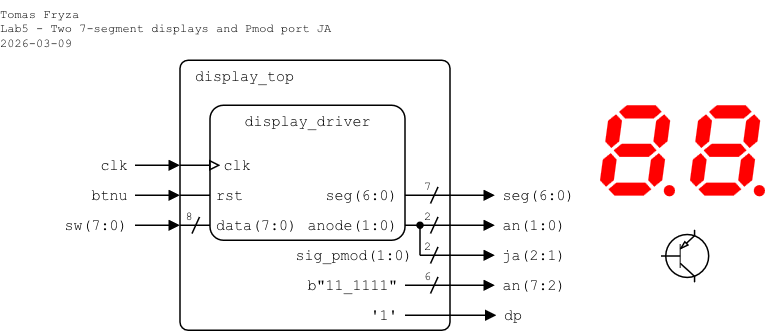
tomas-fryza/vhdl-examples keeps this draw.io diagram as lab5-display/images/top-level_ver2.png. Above is the earlier version. Source tidied: cells renumbered, new cells last; positions are measured from the earlier drawing's top-left corner, leaving out a move shared by most shapes.
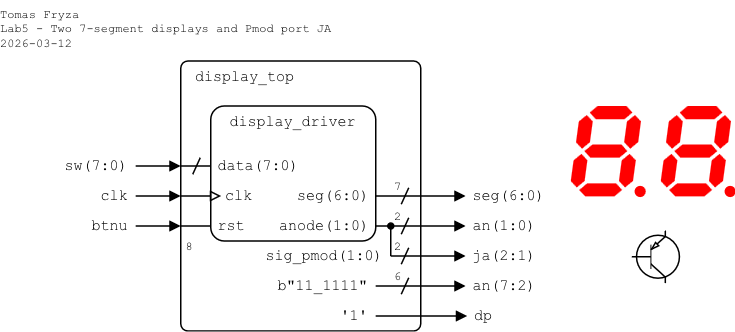
Above is the later version.

The edit, as a diff of the source:
```diff
@@ -3,7 +3,7 @@
     <mxCell id="0" />
     <mxCell id="1" parent="0" />
     <mxCell id="2" value="display_top" style="rounded=1;arcSize=3;whiteSpace=wrap;html=1;align=left;verticalAlign=top;fontFamily=Courier New;absoluteArcSize=0;fillColor=none;fontSize=10;spacingLeft=10;imageHeight=24;spacing=0;" parent="1" vertex="1">
-      <mxGeometry x="120" y="40" width="180" height="180" as="geometry" />
+      <mxGeometry x="140" y="40" width="160" height="180" as="geometry" />
     </mxCell>
     <mxCell id="3" style="endArrow=block;html=1;rounded=0;endFill=1;endSize=5;startSize=5;" parent="1" edge="1">
       <mxGeometry relative="1" as="geometry">
@@ -53,8 +53,8 @@
         <mxPoint x="287" y="195.5" as="targetPoint" />
       </mxGeometry>
     </mxCell>
-    <mxCell id="14" value="&lt;div&gt;Tomas Fryza&lt;/div&gt;&lt;div&gt;Lab5 - Two 7-segment displays and Pmod port JA&lt;/div&gt;&lt;div&gt;2026-03-09&lt;/div&gt;" style="text;html=1;align=left;verticalAlign=top;whiteSpace=wrap;rounded=0;fontFamily=Courier New;fontSize=8;fillOpacity=100;spacing=0;spacingLeft=0;" parent="1" vertex="1">
-      <mxGeometry width="240" height="40" as="geometry" />
+    <mxCell id="14" value="&lt;div&gt;Tomas Fryza&lt;/div&gt;&lt;div&gt;Lab5 - Two 7-segment displays and Pmod port JA&lt;/div&gt;&lt;div&gt;2026-03-12&lt;/div&gt;" style="text;html=1;align=left;verticalAlign=top;whiteSpace=wrap;rounded=0;fontFamily=Courier New;fontSize=8;fillOpacity=100;spacing=0;spacingLeft=0;" parent="1" vertex="1">
+      <mxGeometry x="20" width="240" height="40" as="geometry" />
     </mxCell>
     <mxCell id="15" style="endArrow=block;html=1;rounded=0;endFill=1;orthogonal=1;endSize=5;startSize=5;" parent="1" edge="1">
       <mxGeometry relative="1" as="geometry">
@@ -103,87 +103,87 @@
     </mxCell>
     <mxCell id="26" style="endArrow=block;html=1;rounded=0;endFill=1;endSize=5;startSize=5;" parent="1" edge="1">
       <mxGeometry relative="1" as="geometry">
-        <mxPoint x="90" y="130" as="sourcePoint" />
-        <mxPoint x="120" y="130" as="targetPoint" />
+        <mxPoint x="110" y="150" as="sourcePoint" />
+        <mxPoint x="140" y="150" as="targetPoint" />
       </mxGeometry>
     </mxCell>
     <mxCell id="27" value="&lt;div align=&quot;right&quot;&gt;btnu&lt;/div&gt;" style="text;html=1;align=right;verticalAlign=middle;whiteSpace=wrap;rounded=0;fontFamily=Courier New;fontSize=10;fillOpacity=100;spacing=0;spacingLeft=0;spacingRight=5;" parent="1" vertex="1">
-      <mxGeometry x="50" y="120" width="39.6" height="20" as="geometry" />
+      <mxGeometry x="70" y="140" width="39.6" height="20" as="geometry" />
     </mxCell>
     <mxCell id="28" style="endArrow=block;html=1;rounded=0;endFill=1;endSize=5;startSize=5;" parent="1" edge="1">
       <mxGeometry relative="1" as="geometry">
-        <mxPoint x="90" y="110" as="sourcePoint" />
-        <mxPoint x="120" y="110" as="targetPoint" />
+        <mxPoint x="110" y="130" as="sourcePoint" />
+        <mxPoint x="140" y="130" as="targetPoint" />
       </mxGeometry>
     </mxCell>
     <mxCell id="29" value="clk" style="text;html=1;align=right;verticalAlign=middle;whiteSpace=wrap;rounded=0;fontFamily=Courier New;fontSize=10;fillOpacity=100;spacing=0;spacingLeft=0;spacingRight=5;" parent="1" vertex="1">
-      <mxGeometry x="60" y="100" width="30" height="20" as="geometry" />
+      <mxGeometry x="80" y="120" width="30" height="20" as="geometry" />
     </mxCell>
-    <mxCell id="30" value="display_driver" style="rounded=1;arcSize=10;align=center;verticalAlign=top;fontFamily=Courier New;absoluteArcSize=0;fillColor=none;fixDash=0;fontSize=10;spacingLeft=0;labelBorderColor=none;spacingTop=0;spacing=0;labelBackgroundColor=none;whiteSpace=wrap;html=1;strokeWidth=1;shadow=0;glass=0;" parent="1" vertex="1">
-      <mxGeometry x="140" y="70" width="130" height="90" as="geometry" />
+    <mxCell id="30" style="endArrow=block;html=1;rounded=0;endFill=0;endSize=5;startSize=5;" parent="1" edge="1">
+      <mxGeometry relative="1" as="geometry">
+        <mxPoint x="140" y="130" as="sourcePoint" />
+        <mxPoint x="167" y="130" as="targetPoint" />
+      </mxGeometry>
     </mxCell>
-    <mxCell id="31" value="rst" style="text;html=1;align=left;verticalAlign=middle;whiteSpace=wrap;rounded=0;fontFamily=Courier New;fontSize=10;fillOpacity=100;spacingLeft=5;spacing=0;" parent="1" vertex="1">
-      <mxGeometry x="139.4" y="120" width="30.6" height="20" as="geometry" />
+    <mxCell id="31" style="endArrow=none;html=1;rounded=0;endFill=0;endSize=5;startSize=5;" parent="1" edge="1">
+      <mxGeometry relative="1" as="geometry">
+        <mxPoint x="140" y="150" as="sourcePoint" />
+        <mxPoint x="160" y="150" as="targetPoint" />
+      </mxGeometry>
     </mxCell>
-    <mxCell id="32" value="clk" style="text;html=1;align=left;verticalAlign=middle;whiteSpace=wrap;rounded=0;fontFamily=Courier New;fontSize=10;fillOpacity=100;spacing=0;spacingLeft=10;" parent="1" vertex="1">
-      <mxGeometry x="139.4" y="100" width="40.6" height="20" as="geometry" />
+    <mxCell id="32" style="endArrow=block;html=1;rounded=0;endFill=1;endSize=5;startSize=5;" parent="1" edge="1">
+      <mxGeometry relative="1" as="geometry">
+        <mxPoint x="110" y="110" as="sourcePoint" />
+        <mxPoint x="140" y="110" as="targetPoint" />
+      </mxGeometry>
     </mxCell>
-    <mxCell id="33" style="endArrow=block;html=1;rounded=0;endFill=0;endSize=5;startSize=5;" parent="1" edge="1">
-      <mxGeometry relative="1" as="geometry">
-        <mxPoint x="120" y="110" as="sourcePoint" />
-        <mxPoint x="147" y="110" as="targetPoint" />
-      </mxGeometry>
+    <mxCell id="33" value="sw(7:0)" style="text;html=1;align=right;verticalAlign=middle;whiteSpace=wrap;rounded=0;fontFamily=Courier New;fontSize=10;fillOpacity=100;spacing=0;spacingLeft=0;spacingRight=5;" parent="1" vertex="1">
+      <mxGeometry x="60" y="100" width="49.6" height="20" as="geometry" />
     </mxCell>
-    <mxCell id="34" value="seg(6:0)" style="text;html=1;align=right;verticalAlign=middle;whiteSpace=wrap;rounded=0;fontFamily=Courier New;fontSize=10;fillOpacity=100;spacing=0;spacingRight=5;" parent="1" vertex="1">
-      <mxGeometry x="210" y="120" width="60" height="20" as="geometry" />
+    <mxCell id="34" style="endArrow=none;html=1;rounded=0;endFill=0;endSize=5;startSize=5;" parent="1" edge="1">
+      <mxGeometry relative="1" as="geometry">
+        <mxPoint x="140" y="110" as="sourcePoint" />
+        <mxPoint x="160" y="110" as="targetPoint" />
+      </mxGeometry>
     </mxCell>
-    <mxCell id="35" value="data(7:0)" style="text;html=1;align=left;verticalAlign=middle;whiteSpace=wrap;rounded=0;fontFamily=Courier New;fontSize=10;fillOpacity=100;spacingLeft=5;spacing=0;" parent="1" vertex="1">
-      <mxGeometry x="139.4" y="140" width="60.6" height="20" as="geometry" />
+    <mxCell id="35" value="8" style="text;html=1;align=center;verticalAlign=middle;whiteSpace=wrap;rounded=0;fontFamily=Courier New;fontSize=8;fillOpacity=100;spacing=2;spacingRight=0;" parent="1" vertex="1">
+      <mxGeometry x="141" y="154" width="10" height="20" as="geometry" />
     </mxCell>
-    <mxCell id="36" style="endArrow=none;html=1;rounded=0;endFill=0;endSize=5;startSize=5;" parent="1" edge="1">
+    <mxCell id="36" style="endArrow=none;html=1;rounded=0;startArrow=none;startFill=0;endSize=4;startSize=4;" parent="1" edge="1">
       <mxGeometry relative="1" as="geometry">
-        <mxPoint x="120" y="130" as="sourcePoint" />
-        <mxPoint x="140" y="130" as="targetPoint" />
+        <mxPoint x="153" y="104.5" as="sourcePoint" />
+        <mxPoint x="148" y="115.5" as="targetPoint" />
       </mxGeometry>
     </mxCell>
-    <mxCell id="37" value="anode(1:0)" style="text;html=1;align=right;verticalAlign=middle;whiteSpace=wrap;rounded=0;fontFamily=Courier New;fontSize=10;fillOpacity=100;spacing=0;spacingRight=5;" parent="1" vertex="1">
-      <mxGeometry x="210" y="140" width="60" height="20" as="geometry" />
+    <mxCell id="37" value="sig_pmod(1:0)" style="text;html=1;align=right;verticalAlign=middle;whiteSpace=wrap;rounded=0;fontFamily=Courier New;fontSize=10;fillOpacity=100;spacing=0;spacingLeft=0;spacingRight=5;" parent="1" vertex="1">
+      <mxGeometry x="190" y="160" width="90" height="20" as="geometry" />
     </mxCell>
-    <mxCell id="38" style="endArrow=block;html=1;rounded=0;endFill=1;endSize=5;startSize=5;" parent="1" edge="1">
-      <mxGeometry relative="1" as="geometry">
-        <mxPoint x="90" y="150" as="sourcePoint" />
-        <mxPoint x="120" y="150" as="targetPoint" />
-      </mxGeometry>
+    <mxCell id="38" value="2" style="text;html=1;align=center;verticalAlign=middle;whiteSpace=wrap;rounded=0;fontFamily=Courier New;fontSize=8;fillOpacity=100;spacing=2;spacingRight=0;" parent="1" vertex="1">
+      <mxGeometry x="280" y="154" width="10" height="20" as="geometry" />
     </mxCell>
-    <mxCell id="39" value="sw(7:0)" style="text;html=1;align=right;verticalAlign=middle;whiteSpace=wrap;rounded=0;fontFamily=Courier New;fontSize=10;fillOpacity=100;spacing=0;spacingLeft=0;spacingRight=5;" parent="1" vertex="1">
-      <mxGeometry x="40" y="140" width="49.6" height="20" as="geometry" />
+    <mxCell id="39" style="endArrow=none;html=1;rounded=0;startArrow=none;startFill=0;endSize=4;startSize=4;" parent="1" edge="1">
+      <mxGeometry relative="1" as="geometry">
+        <mxPoint x="292" y="164.5" as="sourcePoint" />
+        <mxPoint x="287" y="175.5" as="targetPoint" />
+      </mxGeometry>
     </mxCell>
-    <mxCell id="40" style="endArrow=none;html=1;rounded=0;endFill=0;endSize=5;startSize=5;" parent="1" edge="1">
-      <mxGeometry relative="1" as="geometry">
-        <mxPoint x="120" y="150" as="sourcePoint" />
-        <mxPoint x="140" y="150" as="targetPoint" />
-      </mxGeometry>
+    <mxCell id="40" value="display_driver" style="rounded=1;arcSize=10;align=center;verticalAlign=top;fontFamily=Courier New;absoluteArcSize=0;fillColor=none;fixDash=0;fontSize=10;spacingLeft=0;labelBorderColor=none;spacingTop=0;spacing=0;labelBackgroundColor=none;whiteSpace=wrap;html=1;strokeWidth=1;shadow=0;glass=0;" parent="1" vertex="1">
+      <mxGeometry x="160" y="70" width="110" height="90" as="geometry" />
     </mxCell>
-    <mxCell id="41" value="8" style="text;html=1;align=center;verticalAlign=middle;whiteSpace=wrap;rounded=0;fontFamily=Courier New;fontSize=8;fillOpacity=100;spacing=2;spacingRight=0;" parent="1" vertex="1">
-      <mxGeometry x="121" y="134" width="10" height="20" as="geometry" />
+    <mxCell id="41" value="rst" style="text;html=1;align=left;verticalAlign=middle;whiteSpace=wrap;rounded=0;fontFamily=Courier New;fontSize=10;fillOpacity=100;spacingLeft=5;spacing=0;" parent="1" vertex="1">
+      <mxGeometry x="160" y="140" width="30.6" height="20" as="geometry" />
     </mxCell>
-    <mxCell id="42" style="endArrow=none;html=1;rounded=0;startArrow=none;startFill=0;endSize=4;startSize=4;" parent="1" edge="1">
-      <mxGeometry relative="1" as="geometry">
-        <mxPoint x="133" y="144.5" as="sourcePoint" />
-        <mxPoint x="128" y="155.5" as="targetPoint" />
-      </mxGeometry>
+    <mxCell id="42" value="clk" style="text;html=1;align=left;verticalAlign=middle;whiteSpace=wrap;rounded=0;fontFamily=Courier New;fontSize=10;fillOpacity=100;spacing=0;spacingLeft=10;" parent="1" vertex="1">
+      <mxGeometry x="160" y="120" width="40.6" height="20" as="geometry" />
     </mxCell>
-    <mxCell id="43" value="sig_pmod(1:0)" style="text;html=1;align=right;verticalAlign=middle;whiteSpace=wrap;rounded=0;fontFamily=Courier New;fontSize=10;fillOpacity=100;spacing=0;spacingLeft=0;spacingRight=5;" parent="1" vertex="1">
-      <mxGeometry x="190" y="160" width="90" height="20" as="geometry" />
+    <mxCell id="43" value="seg(6:0)" style="text;html=1;align=right;verticalAlign=middle;whiteSpace=wrap;rounded=0;fontFamily=Courier New;fontSize=10;fillOpacity=100;spacing=0;spacingRight=5;" parent="1" vertex="1">
+      <mxGeometry x="210.6" y="120" width="60" height="20" as="geometry" />
     </mxCell>
-    <mxCell id="44" value="2" style="text;html=1;align=center;verticalAlign=middle;whiteSpace=wrap;rounded=0;fontFamily=Courier New;fontSize=8;fillOpacity=100;spacing=2;spacingRight=0;" parent="1" vertex="1">
-      <mxGeometry x="280" y="154" width="10" height="20" as="geometry" />
+    <mxCell id="44" value="data(7:0)" style="text;html=1;align=left;verticalAlign=middle;whiteSpace=wrap;rounded=0;fontFamily=Courier New;fontSize=10;fillOpacity=100;spacingLeft=5;spacing=0;" parent="1" vertex="1">
+      <mxGeometry x="160" y="100" width="60.6" height="20" as="geometry" />
     </mxCell>
-    <mxCell id="45" style="endArrow=none;html=1;rounded=0;startArrow=none;startFill=0;endSize=4;startSize=4;" parent="1" edge="1">
-      <mxGeometry relative="1" as="geometry">
-        <mxPoint x="292" y="164.5" as="sourcePoint" />
-        <mxPoint x="287" y="175.5" as="targetPoint" />
-      </mxGeometry>
+    <mxCell id="45" value="anode(1:0)" style="text;html=1;align=right;verticalAlign=middle;whiteSpace=wrap;rounded=0;fontFamily=Courier New;fontSize=10;fillOpacity=100;spacing=0;spacingRight=5;" parent="1" vertex="1">
+      <mxGeometry x="200.6" y="140" width="70" height="20" as="geometry" />
     </mxCell>
   </root>
 </mxGraphModel>
```
